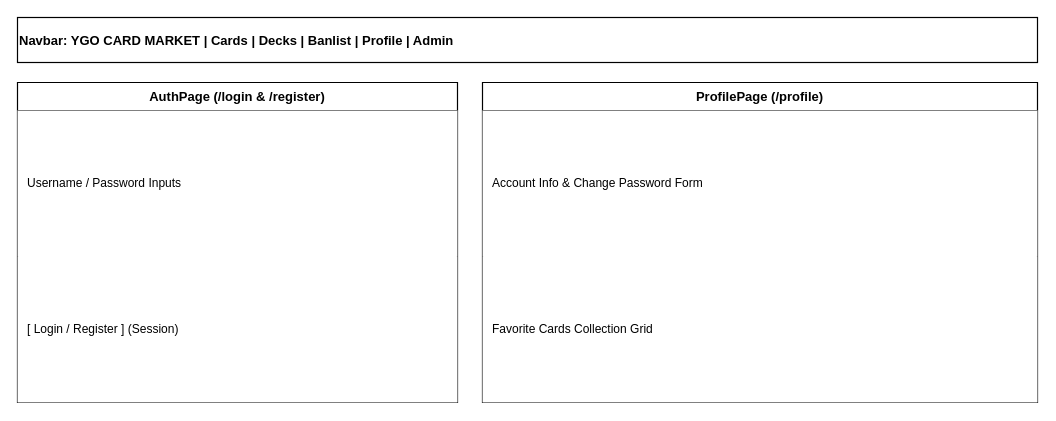
Before: page "3.5 AuthPage & ProfilePage Wireframe" (5 of 6) of Tai lieu/Draw.io/SRS_3_UI_Wireframes.drawio in minhthanh1806/PROJECT_SDN, a draw.io diagram. Source tidied: cells renumbered, new cells numbered last; positions are measured from the earlier drawing's top-left corner, leaving out a move shared by most shapes. Both pictures are drawn from the tidied source at 100%, with x=0, y=0 at pixel (17, 17).
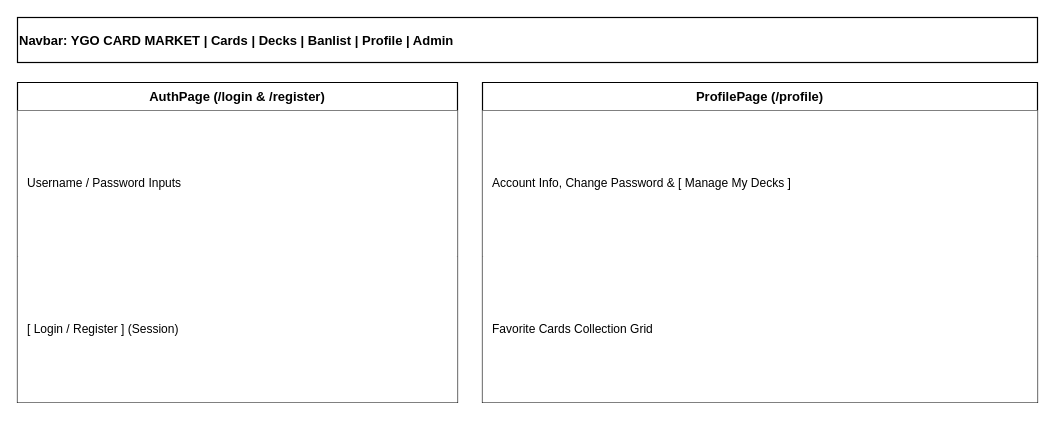
Above is the later version.

Change to the diagram source:
```diff
@@
 <mxGraphModel>
   <root>
     <mxCell id="0" />
     <mxCell id="1" parent="0" />
     <mxCell id="2" value="Navbar:   YGO CARD MARKET   |   Cards   |   Decks   |   Banlist   |   Profile   |   Admin" style="rounded=0;whiteSpace=wrap;html=1;fillColor=#ffffff;strokeColor=#000000;fontColor=#000000;fontSize=13;fontStyle=1;align=left;verticalAlign=middle;strokeWidth=1.2;" parent="1" vertex="1">
       <mxGeometry width="1020" height="45" as="geometry" />
     </mxCell>
     <mxCell id="3" value="AuthPage (/login &amp; /register)" style="swimlane;fontStyle=1;align=center;verticalAlign=top;horizontal=1;startSize=28;whiteSpace=wrap;html=1;fillColor=#ffffff;strokeColor=#000000;fontColor=#000000;fontSize=13;strokeWidth=1.2;" parent="1" vertex="1">
       <mxGeometry y="65" width="440" height="320" as="geometry" />
     </mxCell>
     <mxCell id="4" value="Username / Password Inputs" style="text;strokeColor=none;fillColor=#ffffff;align=left;verticalAlign=middle;spacingLeft=8;whiteSpace=wrap;html=1;fontSize=12;fontColor=#000000;" parent="3" vertex="1">
       <mxGeometry y="28" width="440" height="146" as="geometry" />
     </mxCell>
     <mxCell id="5" value="[ Login / Register ] (Session)" style="text;strokeColor=none;fillColor=#ffffff;align=left;verticalAlign=middle;spacingLeft=8;whiteSpace=wrap;html=1;fontSize=12;fontColor=#000000;" parent="3" vertex="1">
       <mxGeometry y="174" width="440" height="146" as="geometry" />
     </mxCell>
     <mxCell id="6" value="ProfilePage (/profile)" style="swimlane;fontStyle=1;align=center;verticalAlign=top;horizontal=1;startSize=28;whiteSpace=wrap;html=1;fillColor=#ffffff;strokeColor=#000000;fontColor=#000000;fontSize=13;strokeWidth=1.2;" parent="1" vertex="1">
       <mxGeometry x="465" y="65" width="555" height="320" as="geometry" />
     </mxCell>
-    <mxCell id="7" value="Account Info &amp; Change Password Form" style="text;strokeColor=none;fillColor=#ffffff;align=left;verticalAlign=middle;spacingLeft=8;whiteSpace=wrap;html=1;fontSize=12;fontColor=#000000;" parent="6" vertex="1">
+    <mxCell id="7" value="Account Info, Change Password &amp; [ Manage My Decks ]" style="text;strokeColor=none;fillColor=#ffffff;align=left;verticalAlign=middle;spacingLeft=8;whiteSpace=wrap;html=1;fontSize=12;fontColor=#000000;" parent="6" vertex="1">
       <mxGeometry y="28" width="555" height="146" as="geometry" />
     </mxCell>
     <mxCell id="8" value="Favorite Cards Collection Grid" style="text;strokeColor=none;fillColor=#ffffff;align=left;verticalAlign=middle;spacingLeft=8;whiteSpace=wrap;html=1;fontSize=12;fontColor=#000000;" parent="6" vertex="1">
       <mxGeometry y="174" width="555" height="146" as="geometry" />
     </mxCell>
   </root>
 </mxGraphModel>
```
